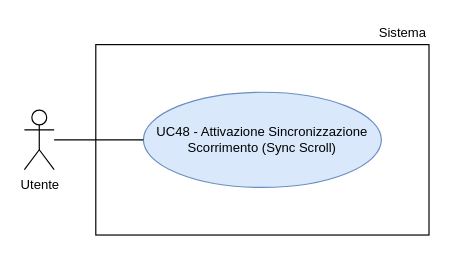
thebitless-group-swe/thebitless.github.io keeps this draw.io diagram as RTB/doc_esterna/analisi-dei-requisiti/assets/draw.io/UC48.drawio. Above is the earlier version. Source tidied: cells renumbered, new cells numbered last; positions are measured from the earlier drawing's top-left corner, leaving out a move shared by most shapes. Both pictures are drawn from the tidied source at 119%, with x=0, y=0 at pixel (24, 20).
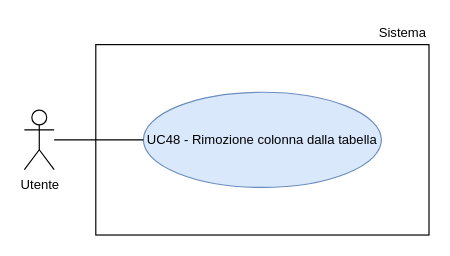
Above is the later version.

Change to the diagram source:
```diff
@@
 <mxGraphModel>
   <root>
     <mxCell id="0" />
     <mxCell id="1" parent="0" />
     <mxCell id="2" value="Utente" style="shape=umlActor;verticalLabelPosition=bottom;verticalAlign=top;html=1;outlineConnect=0;fontSize=11;" parent="1" vertex="1">
       <mxGeometry y="75" width="25" height="50" as="geometry" />
     </mxCell>
-    <mxCell id="3" style="rounded=0;whiteSpace=wrap;html=1;strokeWidth=1;" parent="1" vertex="1">
-      <mxGeometry x="60" y="20" width="280" height="160" as="geometry" />
-    </mxCell>
+    <mxCell id="7" style="rounded=0;whiteSpace=wrap;html=1;strokeWidth=1;" parent="1" vertex="1">
+      <mxGeometry x="60" y="20" width="280" height="160" as="geometry" />
+    </mxCell>
     <mxCell id="4" value="Sistema" style="text;html=1;whiteSpace=wrap;strokeColor=none;fillColor=none;align=right;verticalAlign=middle;fontSize=11;" parent="1" vertex="1">
       <mxGeometry x="270" width="70" height="20" as="geometry" />
     </mxCell>
-    <mxCell id="5" value="UC48 - Attivazione Sincronizzazione Scorrimento (Sync Scroll)" style="ellipse;whiteSpace=wrap;html=1;fillColor=#dae8fc;strokeColor=#6c8ebf;fontSize=11;" parent="1" vertex="1">
-      <mxGeometry x="100" y="60" width="200" height="80" as="geometry" />
-    </mxCell>
-    <mxCell id="6" style="edgeStyle=none;rounded=0;jettySize=auto;html=1;endArrow=none;endFill=0;" parent="1" edge="1" source="2" target="5">
-      <mxGeometry relative="1" as="geometry" />
-    </mxCell>
+    <mxCell id="8" value="UC48 - Rimozione colonna dalla tabella" style="ellipse;whiteSpace=wrap;html=1;fillColor=#dae8fc;strokeColor=#6c8ebf;fontSize=11;" parent="1" vertex="1">
+      <mxGeometry x="100" y="60" width="200" height="80" as="geometry" />
+    </mxCell>
+    <mxCell id="9" style="edgeStyle=none;rounded=0;jettySize=auto;html=1;endArrow=none;endFill=0;" parent="1" edge="1" source="2" target="8">
+      <mxGeometry relative="1" as="geometry" />
+    </mxCell>
   </root>
 </mxGraphModel>
```
